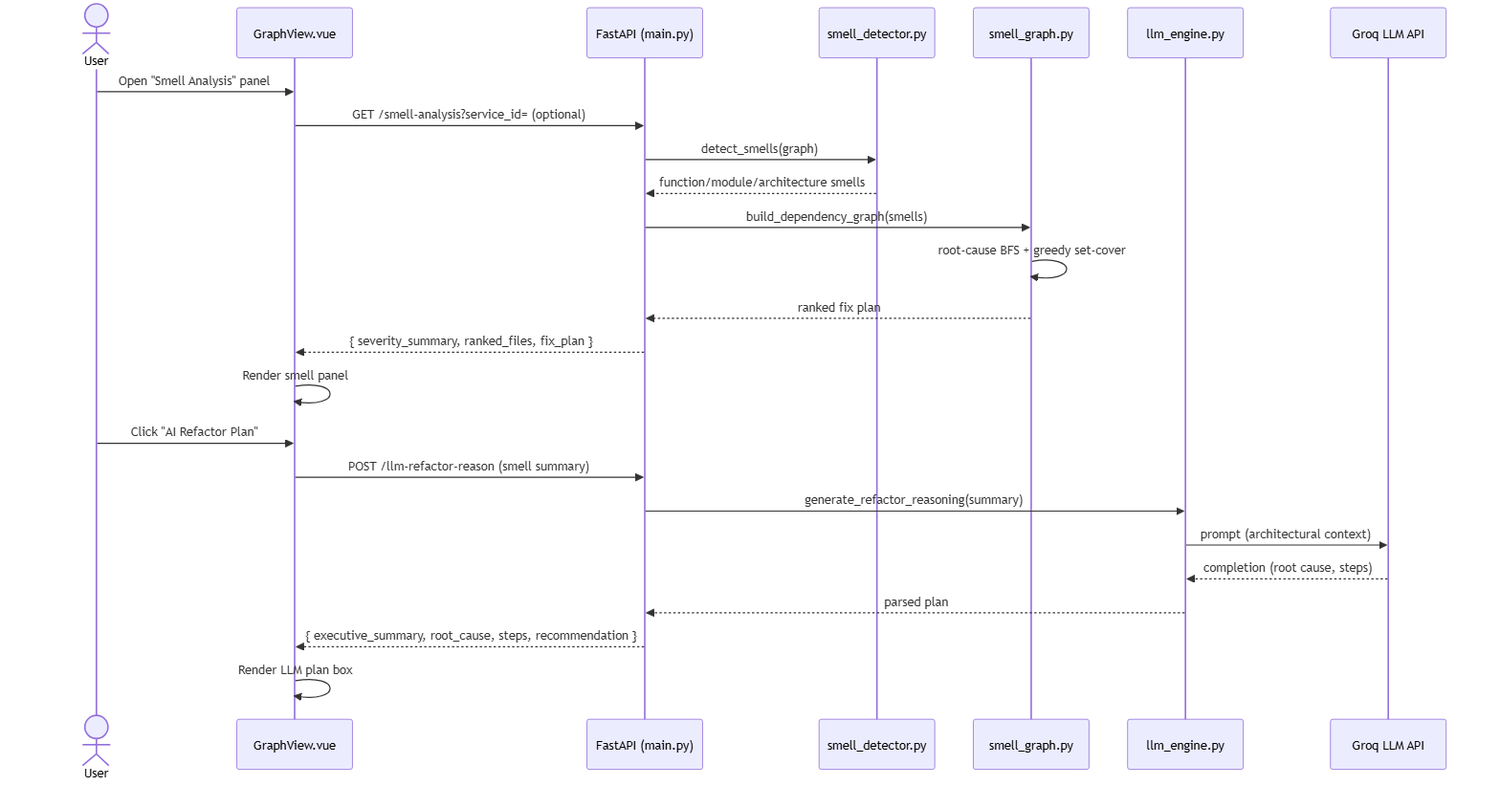
The Mermaid diagram srs_diagrams/diagram_09.png in farjanasarker/Code_Base_Visualisation, before a commit. Its source is kept beside it as srs_diagrams/diagram_09.mmd.
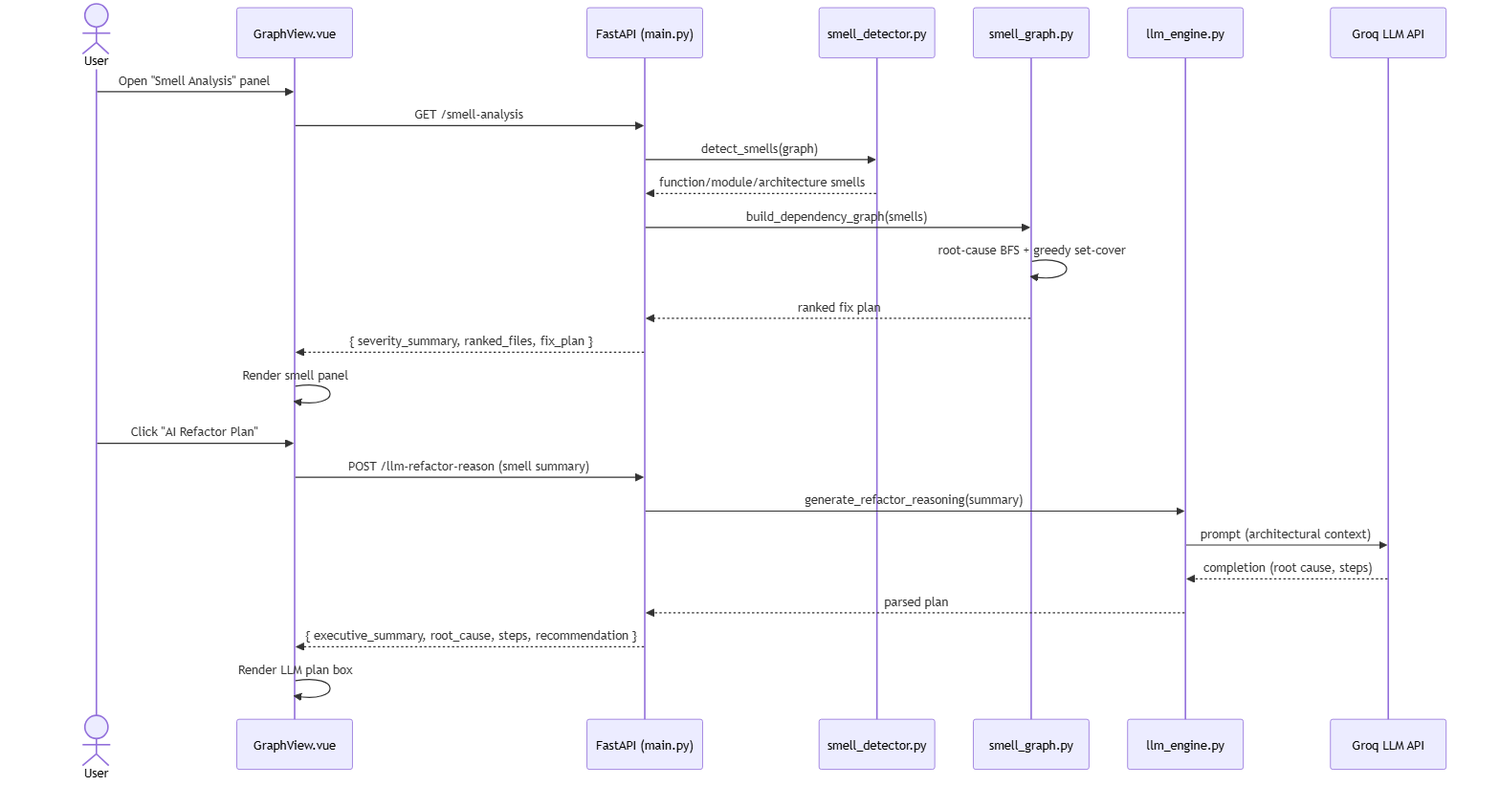
Above is the later version.

Change to the diagram source:
```diff
@@ -8,7 +8,7 @@
     participant GROQ as Groq LLM API
 
     U->>FE: Open "Smell Analysis" panel
-    FE->>API: GET /smell-analysis?service_id= (optional)
+    FE->>API: GET /smell-analysis
     API->>SD: detect_smells(graph)
     SD-->>API: function/module/architecture smells
     API->>SG: build_dependency_graph(smells)
```
